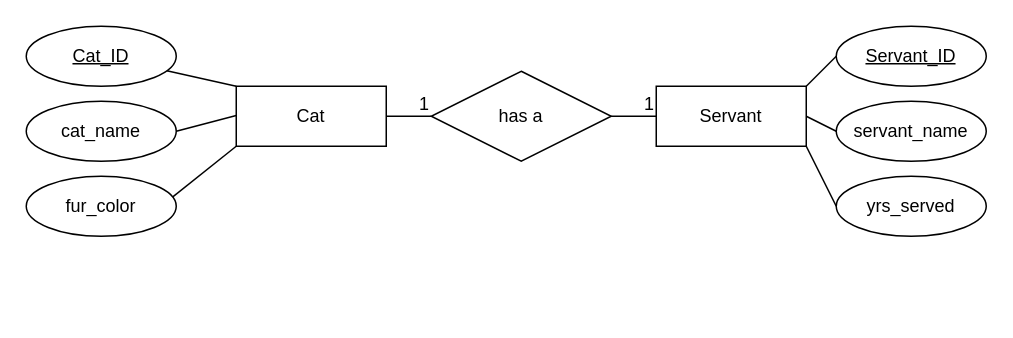
Above: kardinalitaet_1_1/01_1-1.drawio in pierogibite/02_DB_models (draw.io), before the change. Source tidied: cells renumbered, new cells numbered last; positions are measured from the earlier drawing's top-left corner, leaving out a move shared by most shapes. Both pictures are drawn from the tidied source at 150%, with x=0, y=0 at pixel (26, 26).
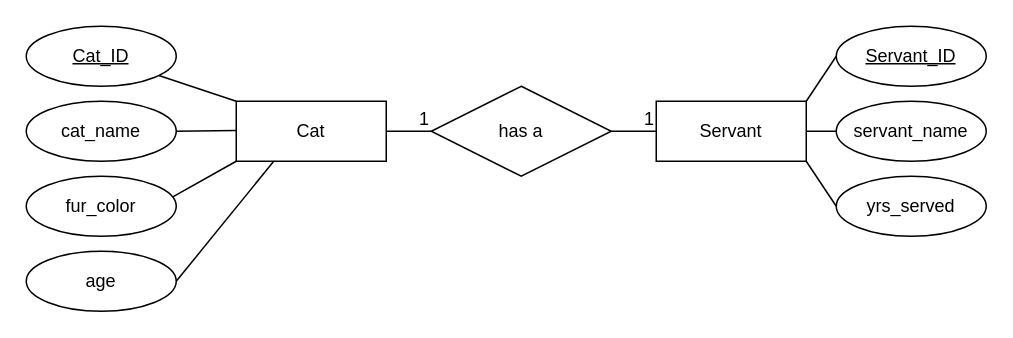
After the change.

Unchanged cells that the change refers to:
```xml
<mxCell id="4" value="cat_name" style="ellipse;whiteSpace=wrap;html=1;align=center;" parent="1" vertex="1">
  <mxGeometry y="50" width="100" height="40" as="geometry" />
</mxCell>
```

Change to the diagram source:
```diff
@@
     <mxCell id="2" value="Cat" style="whiteSpace=wrap;html=1;align=center;" parent="1" vertex="1">
-      <mxGeometry x="140" y="40" width="100" height="40" as="geometry" />
+      <mxGeometry x="140" y="50" width="100" height="40" as="geometry" />
     </mxCell>
@@
     <mxCell id="6" value="has a" style="shape=rhombus;perimeter=rhombusPerimeter;whiteSpace=wrap;html=1;align=center;" parent="1" vertex="1">
-      <mxGeometry x="270" y="30" width="120" height="60" as="geometry" />
+      <mxGeometry x="270" y="40" width="120" height="60" as="geometry" />
     </mxCell>
     <mxCell id="7" value="Servant" style="whiteSpace=wrap;html=1;align=center;" parent="1" vertex="1">
-      <mxGeometry x="420" y="40" width="100" height="40" as="geometry" />
+      <mxGeometry x="420" y="50" width="100" height="40" as="geometry" />
     </mxCell>
@@
     <mxCell id="12" style="endArrow=none;html=1;rounded=0;exitX=1;exitY=0.5;exitDx=0;exitDy=0;" parent="1" edge="1" source="4">
       <mxGeometry relative="1" as="geometry">
-        <mxPoint x="140" y="59.5" as="targetPoint" />
+        <mxPoint x="140" y="69.5" as="targetPoint" />
       </mxGeometry>
     </mxCell>
@@
+    <mxCell id="21" value="age" style="ellipse;whiteSpace=wrap;html=1;align=center;" parent="1" vertex="1">
+      <mxGeometry y="150" width="100" height="40" as="geometry" />
+    </mxCell>
+    <mxCell id="22" style="endArrow=none;html=1;rounded=0;entryX=0.25;entryY=1;entryDx=0;entryDy=0;exitX=1;exitY=0.5;exitDx=0;exitDy=0;" parent="1" edge="1" source="21" target="2">
+      <mxGeometry relative="1" as="geometry" />
+    </mxCell>
```
